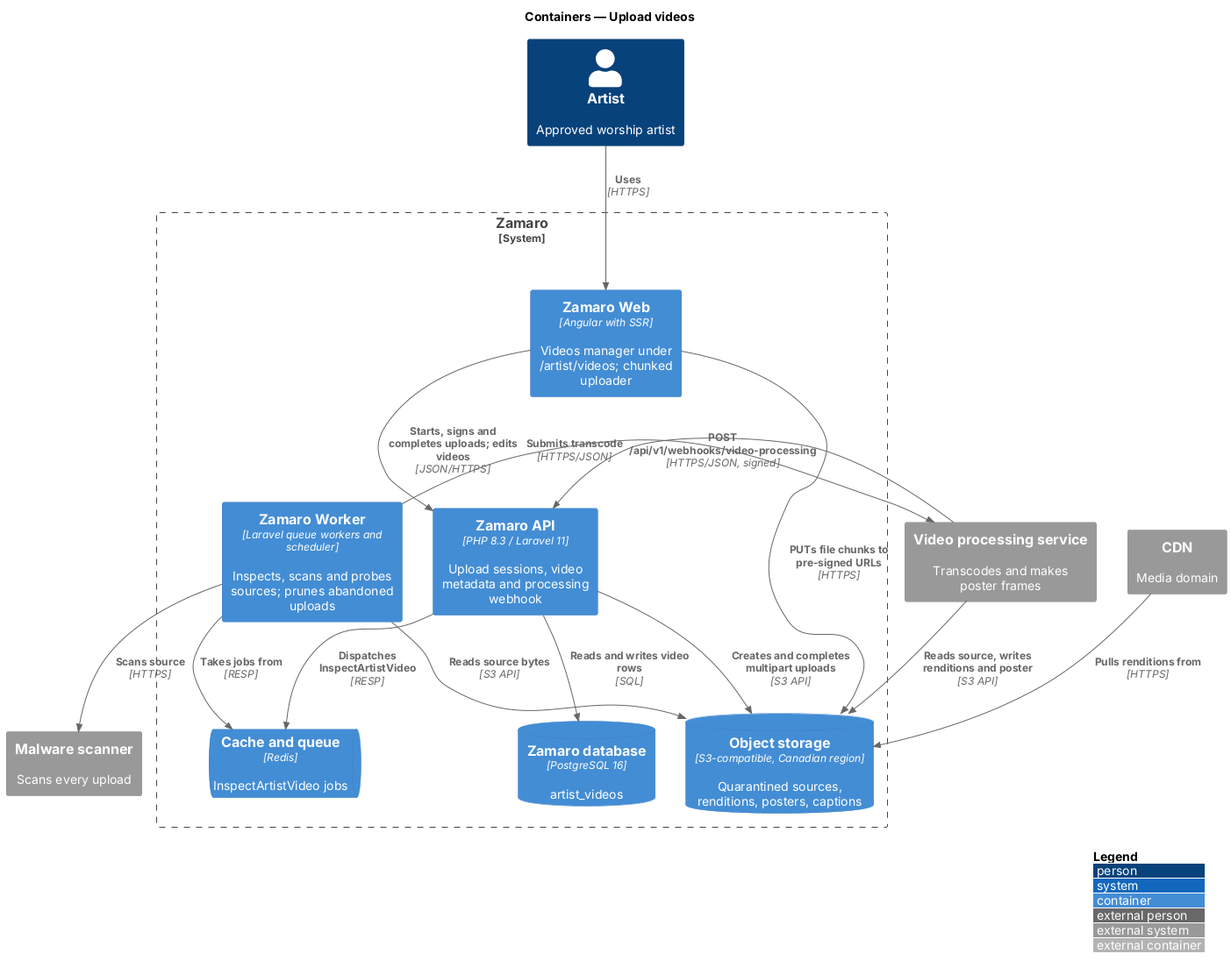
Above: docs/detailed-designs/artist-workspace/upload-videos/diagrams/c4-container.png in QuinntyneBrown/zamaro (PlantUML), before the change.
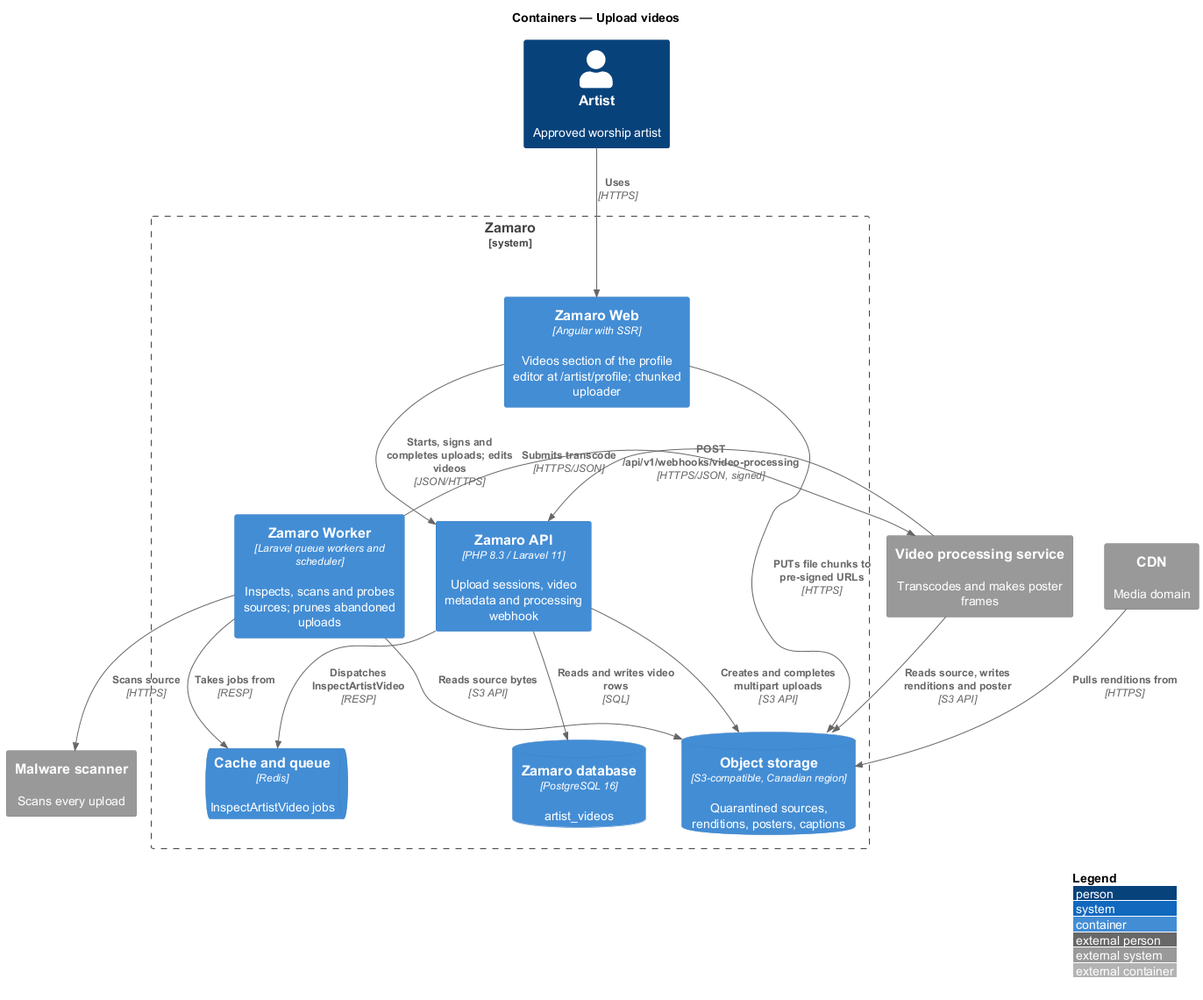
The same diagram one commit later.

What changed in the source:
```diff
@@ -8,7 +8,7 @@
 System_Ext(vps, "Video processing service", "Transcodes and makes poster frames")
 System_Ext(cdn, "CDN", "Media domain")
 System_Boundary(zamaro, "Zamaro") {
-  Container(web, "Zamaro Web", "Angular with SSR", "Videos manager under /artist/videos; chunked uploader")
+  Container(web, "Zamaro Web", "Angular with SSR", "Videos section of the profile editor at /artist/profile; chunked uploader")
   Container(api, "Zamaro API", "PHP 8.3 / Laravel 11", "Upload sessions, video metadata and processing webhook")
   Container(worker, "Zamaro Worker", "Laravel queue workers and scheduler", "Inspects, scans and probes sources; prunes abandoned uploads")
   ContainerDb(db, "Zamaro database", "PostgreSQL 16", "artist_videos")
```
